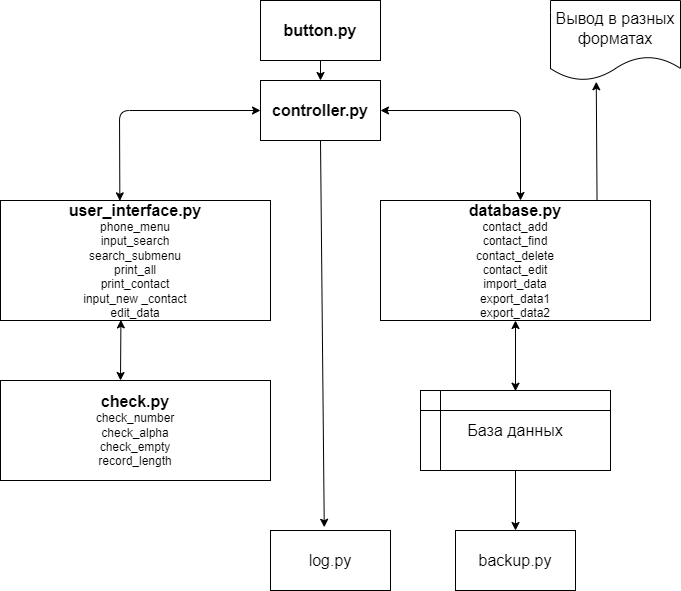
This is schema.drawio.png from dtnfktu/phonebook, a draw.io export, as it was before one commit. Source tidied: cells renumbered, new cells last; positions are measured from the earlier drawing's top-left corner, leaving out a move shared by most shapes.
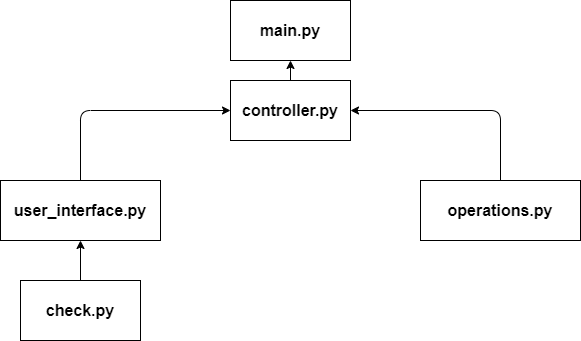
After the commit.

Diff of the diagram source:
```diff
@@ -2,69 +2,40 @@
   <root>
     <mxCell id="0" />
     <mxCell id="1" parent="0" />
-    <mxCell id="2" style="edgeStyle=none;html=1;fontSize=16;" parent="1" edge="1" source="3" target="5">
-      <mxGeometry relative="1" as="geometry" />
-    </mxCell>
-    <mxCell id="3" value="&lt;font style=&quot;font-size: 16px&quot;&gt;&lt;b&gt;button.py&lt;/b&gt;&lt;/font&gt;" style="rounded=0;whiteSpace=wrap;html=1;" parent="1" vertex="1">
+    <mxCell id="3" value="&lt;font style=&quot;font-size: 16px&quot;&gt;&lt;b&gt;main.py&lt;/b&gt;&lt;/font&gt;" style="rounded=0;whiteSpace=wrap;html=1;" parent="1" vertex="1">
       <mxGeometry x="260" width="120" height="60" as="geometry" />
     </mxCell>
-    <mxCell id="4" value="&lt;font style=&quot;font-size: 16px&quot;&gt;&lt;b&gt;user_interface.py&lt;/b&gt;&lt;br&gt;&lt;/font&gt;phone_menu&lt;br&gt;input_search&lt;br&gt;search_submenu&lt;br&gt;print_all&lt;br&gt;print_contact&lt;br&gt;input_new _contact&lt;br&gt;edit_data" style="rounded=0;whiteSpace=wrap;html=1;" parent="1" vertex="1">
-      <mxGeometry y="200" width="270" height="120" as="geometry" />
-    </mxCell>
     <mxCell id="5" value="&lt;b&gt;controller.py&lt;/b&gt;" style="rounded=0;whiteSpace=wrap;html=1;fontSize=16;" parent="1" vertex="1">
       <mxGeometry x="260" y="80" width="120" height="60" as="geometry" />
     </mxCell>
-    <mxCell id="6" value="&lt;font style=&quot;font-size: 16px&quot;&gt;&lt;b&gt;database.py&lt;/b&gt;&lt;br&gt;&lt;/font&gt;contact_add&lt;br&gt;contact_find&lt;br&gt;contact_delete&lt;br&gt;contact_edit&lt;br&gt;import_data&lt;br&gt;export_data1&lt;br&gt;export_data2" style="rounded=0;whiteSpace=wrap;html=1;" parent="1" vertex="1">
-      <mxGeometry x="380" y="200" width="270" height="120" as="geometry" />
-    </mxCell>
-    <mxCell id="7" style="endArrow=classic;startArrow=classic;html=1;fontSize=16;exitX=0.442;exitY=0.003;exitDx=0;exitDy=0;exitPerimeter=0;entryX=0;entryY=0.5;entryDx=0;entryDy=0;" parent="1" edge="1" source="4" target="5">
-      <mxGeometry relative="1" as="geometry">
-        <Array as="points">
-          <mxPoint x="119" y="110" />
-        </Array>
-      </mxGeometry>
-    </mxCell>
-    <mxCell id="8" style="endArrow=classic;startArrow=classic;html=1;fontSize=16;exitX=1;exitY=0.5;exitDx=0;exitDy=0;" parent="1" edge="1" source="5">
-      <mxGeometry relative="1" as="geometry">
-        <mxPoint x="520" y="200" as="targetPoint" />
-        <Array as="points">
-          <mxPoint x="520" y="110" />
-        </Array>
-      </mxGeometry>
-    </mxCell>
-    <mxCell id="9" style="edgeStyle=none;html=1;fontSize=16;" parent="1" edge="1" source="10" target="12">
-      <mxGeometry relative="1" as="geometry" />
-    </mxCell>
-    <mxCell id="10" value="База данных" style="shape=internalStorage;whiteSpace=wrap;html=1;backgroundOutline=1;fontSize=16;" parent="1" vertex="1">
-      <mxGeometry x="420" y="390" width="190" height="80" as="geometry" />
-    </mxCell>
-    <mxCell id="11" value="log.py" style="rounded=0;whiteSpace=wrap;html=1;fontSize=16;" parent="1" vertex="1">
-      <mxGeometry x="270" y="530" width="120" height="60" as="geometry" />
-    </mxCell>
-    <mxCell id="12" value="backup.py" style="rounded=0;whiteSpace=wrap;html=1;fontSize=16;" parent="1" vertex="1">
-      <mxGeometry x="455" y="530" width="120" height="60" as="geometry" />
-    </mxCell>
-    <mxCell id="13" style="endArrow=classic;startArrow=classic;html=1;fontSize=16;" parent="1" edge="1" source="6">
-      <mxGeometry relative="1" as="geometry">
-        <mxPoint x="515" y="390.7" as="targetPoint" />
-      </mxGeometry>
-    </mxCell>
-    <mxCell id="14" style="endArrow=classic;html=1;fontSize=16;exitX=0.5;exitY=1;exitDx=0;exitDy=0;entryX=0.448;entryY=-0.054;entryDx=0;entryDy=0;entryPerimeter=0;" parent="1" edge="1" source="5" target="11">
-      <mxGeometry relative="1" as="geometry" />
-    </mxCell>
-    <mxCell id="15" value="&lt;font style=&quot;font-size: 16px&quot;&gt;&lt;b&gt;check.py&lt;/b&gt;&lt;br&gt;&lt;/font&gt;check_number&lt;br&gt;check_alpha&lt;br&gt;check_empty&lt;br&gt;record_length" style="rounded=0;whiteSpace=wrap;html=1;" parent="1" vertex="1">
-      <mxGeometry y="380" width="270" height="100" as="geometry" />
-    </mxCell>
-    <mxCell id="16" style="endArrow=classic;startArrow=classic;html=1;fontSize=16;entryX=0.446;entryY=0.995;entryDx=0;entryDy=0;entryPerimeter=0;" parent="1" edge="1" target="4">
-      <mxGeometry relative="1" as="geometry">
-        <mxPoint x="120" y="380" as="sourcePoint" />
-      </mxGeometry>
-    </mxCell>
-    <mxCell id="17" value="Вывод в разных форматах" style="shape=document;whiteSpace=wrap;html=1;boundedLbl=1;fontSize=16;" parent="1" vertex="1">
-      <mxGeometry x="550" width="130" height="80" as="geometry" />
-    </mxCell>
-    <mxCell id="18" style="endArrow=classic;html=1;fontSize=16;entryX=0.352;entryY=1.016;entryDx=0;entryDy=0;entryPerimeter=0;exitX=0.802;exitY=0.003;exitDx=0;exitDy=0;exitPerimeter=0;" parent="1" edge="1" source="6" target="17">
-      <mxGeometry relative="1" as="geometry" />
-    </mxCell>
+    <mxCell id="19" style="endArrow=classic;html=1;exitX=0.5;exitY=0;exitDx=0;exitDy=0;entryX=0.5;entryY=1;entryDx=0;entryDy=0;" parent="1" edge="1" source="5" target="3">
+      <mxGeometry relative="1" as="geometry" />
+    </mxCell>
+    <mxCell id="20" value="&lt;b&gt;user_interface.py&lt;/b&gt;" style="rounded=0;whiteSpace=wrap;html=1;fontSize=16;" parent="1" vertex="1">
+      <mxGeometry x="30" y="180" width="160" height="60" as="geometry" />
+    </mxCell>
+    <mxCell id="21" value="&lt;b&gt;operations.py&lt;/b&gt;" style="rounded=0;whiteSpace=wrap;html=1;fontSize=16;" parent="1" vertex="1">
+      <mxGeometry x="450" y="180" width="160" height="60" as="geometry" />
+    </mxCell>
+    <mxCell id="22" style="endArrow=classic;html=1;exitX=0.5;exitY=0;exitDx=0;exitDy=0;entryX=0;entryY=0.5;entryDx=0;entryDy=0;" parent="1" edge="1" source="20" target="5">
+      <mxGeometry relative="1" as="geometry">
+        <Array as="points">
+          <mxPoint x="110" y="110" />
+        </Array>
+      </mxGeometry>
+    </mxCell>
+    <mxCell id="23" style="endArrow=classic;html=1;exitX=0.5;exitY=0;exitDx=0;exitDy=0;entryX=1;entryY=0.5;entryDx=0;entryDy=0;" parent="1" edge="1" source="21" target="5">
+      <mxGeometry relative="1" as="geometry">
+        <Array as="points">
+          <mxPoint x="530" y="110" />
+        </Array>
+      </mxGeometry>
+    </mxCell>
+    <mxCell id="24" style="edgeStyle=none;html=1;" parent="1" edge="1" source="25" target="20">
+      <mxGeometry relative="1" as="geometry" />
+    </mxCell>
+    <mxCell id="25" value="&lt;b&gt;check.py&lt;/b&gt;" style="rounded=0;whiteSpace=wrap;html=1;fontSize=16;" parent="1" vertex="1">
+      <mxGeometry x="50" y="280" width="120" height="60" as="geometry" />
+    </mxCell>
   </root>
 </mxGraphModel>
```
